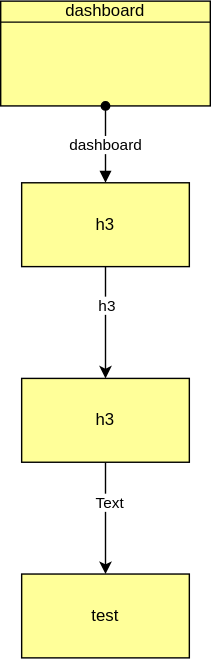
biz-dev-ops/md-docs-cli keeps this draw.io diagram as tests/docs/drawio-archimate/test.drawio.svg. Above is the earlier version. Source tidied: cells renumbered, new cells last; positions are measured from the earlier drawing's top-left corner, leaving out a move shared by most shapes.
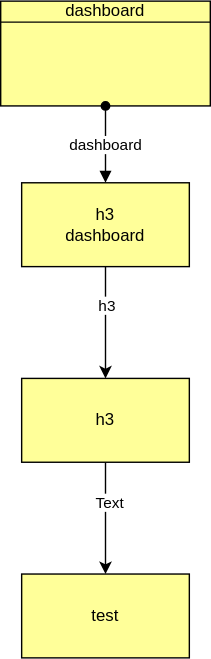
After the commit.

Commit message:
refactored sitemap linker

What changed in the source:
```diff
@@ -11,7 +11,7 @@
     <mxCell id="4" value="h3" style="edgeLabel;html=1;align=center;verticalAlign=middle;" parent="3" vertex="1">
       <mxGeometry x="-0.33" relative="1" as="geometry" />
     </mxCell>
-    <mxCell id="5" value="h3" style="whiteSpace=wrap;html=1;fillColor=#ffff99;" parent="1" vertex="1">
+    <mxCell id="5" value="h3&lt;br&gt;dashboard" style="whiteSpace=wrap;html=1;fillColor=#ffff99;" parent="1" vertex="1">
       <mxGeometry x="15" y="130" width="120" height="60" as="geometry" />
     </mxCell>
     <mxCell id="6" value="dashboard" style="endArrow=block;html=1;endFill=1;startArrow=oval;startFill=1;edgeStyle=elbowEdgeStyle;elbow=horizontal;exitX=0.5;exitY=1;exitDx=0;exitDy=0;exitPerimeter=0;entryX=0.5;entryY=0;entryDx=0;entryDy=0;" parent="1" edge="1" source="2" target="5">
```
